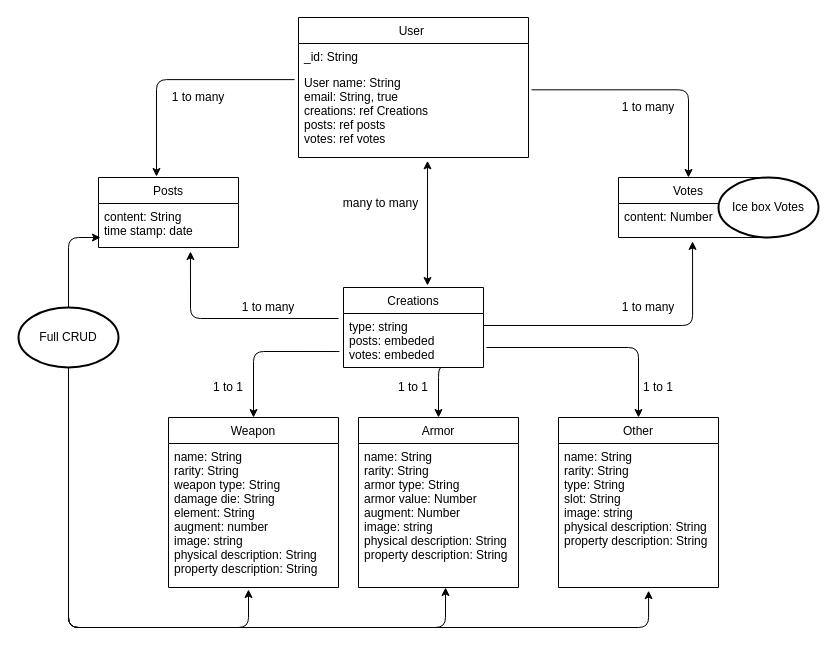
The draw.io diagram ERD.drawio in m-deez/wonderous-creations, before the edit. Source tidied: cells renumbered, new cells numbered last; positions are measured from the earlier drawing's top-left corner, leaving out a move shared by most shapes. Both pictures are drawn from the tidied source at 100%, with x=0, y=0 at pixel (18, 17).
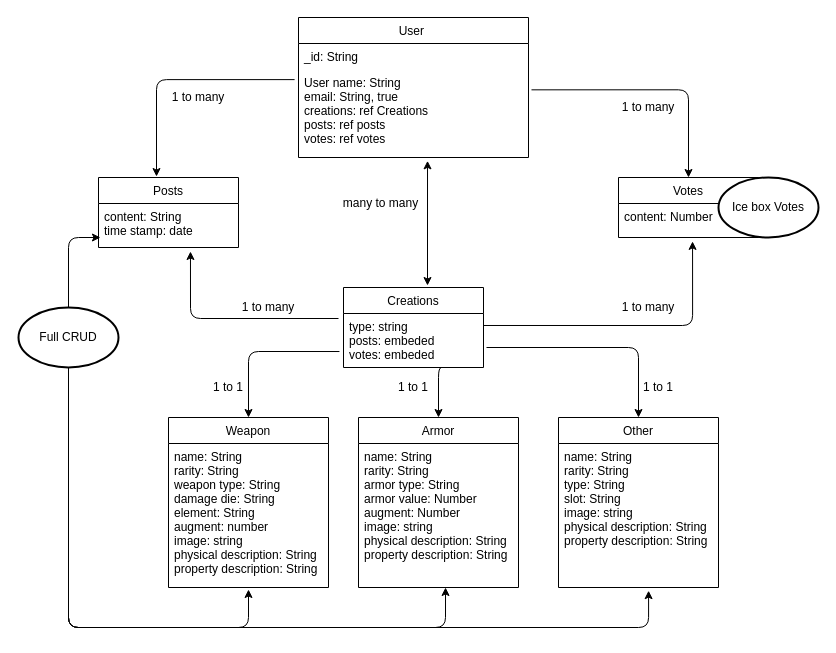
The same page after the edit.

Diff of the diagram source:
```diff
@@
     <mxCell id="17" value="Weapon" style="swimlane;fontStyle=0;horizontal=1;startSize=26;fillColor=none;" parent="1" vertex="1">
-      <mxGeometry x="150" y="400" width="170" height="170" as="geometry" />
+      <mxGeometry x="150" y="400" width="160" height="170" as="geometry" />
     </mxCell>
     <mxCell id="18" value="name: String&#10;rarity: String&#10;weapon type: String&#10;damage die: String&#10;element: String&#10;augment: number&#10;image: string&#10;physical description: String&#10;property description: String" style="text;strokeColor=none;fillColor=none;align=left;verticalAlign=top;spacingLeft=4;spacingRight=4;overflow=hidden;points=[[0,0.5],[1,0.5]];portConstraint=eastwest;" parent="17" vertex="1">
-      <mxGeometry y="26" width="170" height="144" as="geometry" />
+      <mxGeometry y="26" width="160" height="144" as="geometry" />
     </mxCell>
+    <mxCell id="39" style="edgeStyle=orthogonalEdgeStyle;rounded=0;orthogonalLoop=1;jettySize=auto;html=1;exitX=1;exitY=0.5;exitDx=0;exitDy=0;" parent="17" edge="1" source="18" target="18">
+      <mxGeometry relative="1" as="geometry" />
+    </mxCell>
```
